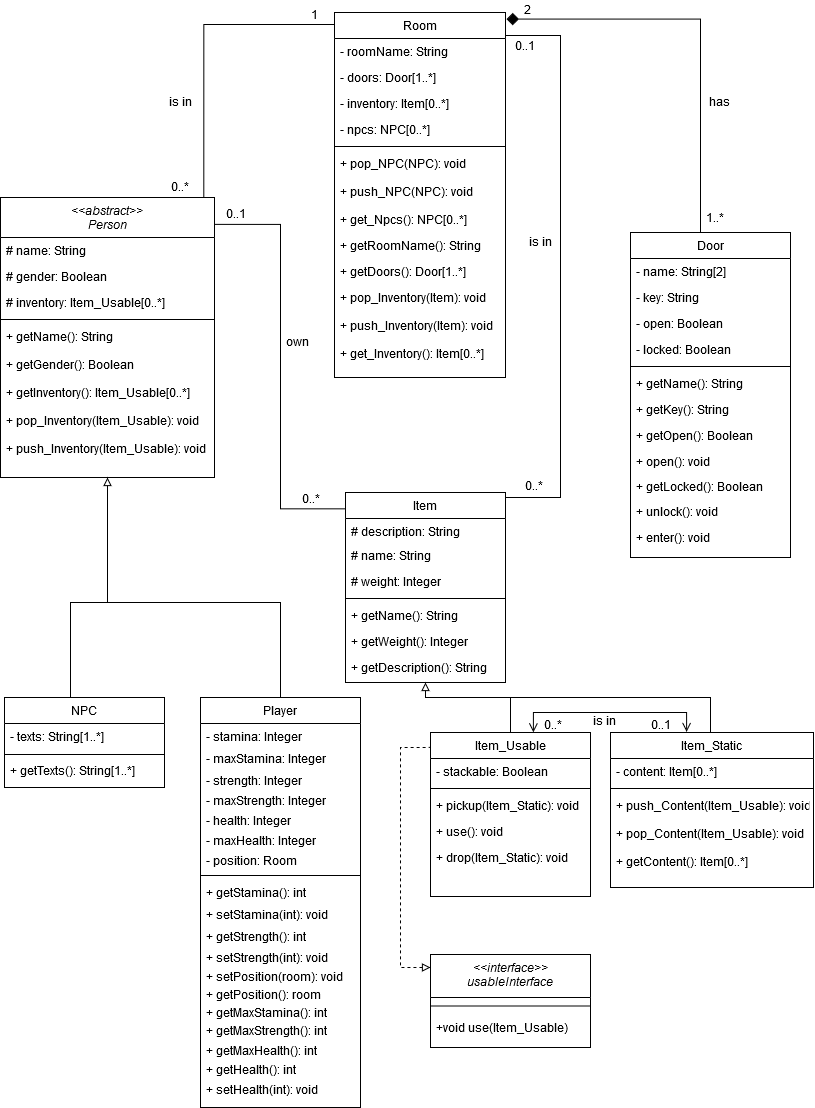
Before: Klassendiagram.png, a diagram exported from draw.io (Elegond/AE-Text-Adventure). Source tidied: cells renumbered, new cells last; positions are measured from the earlier drawing's top-left corner, leaving out a move shared by most shapes.
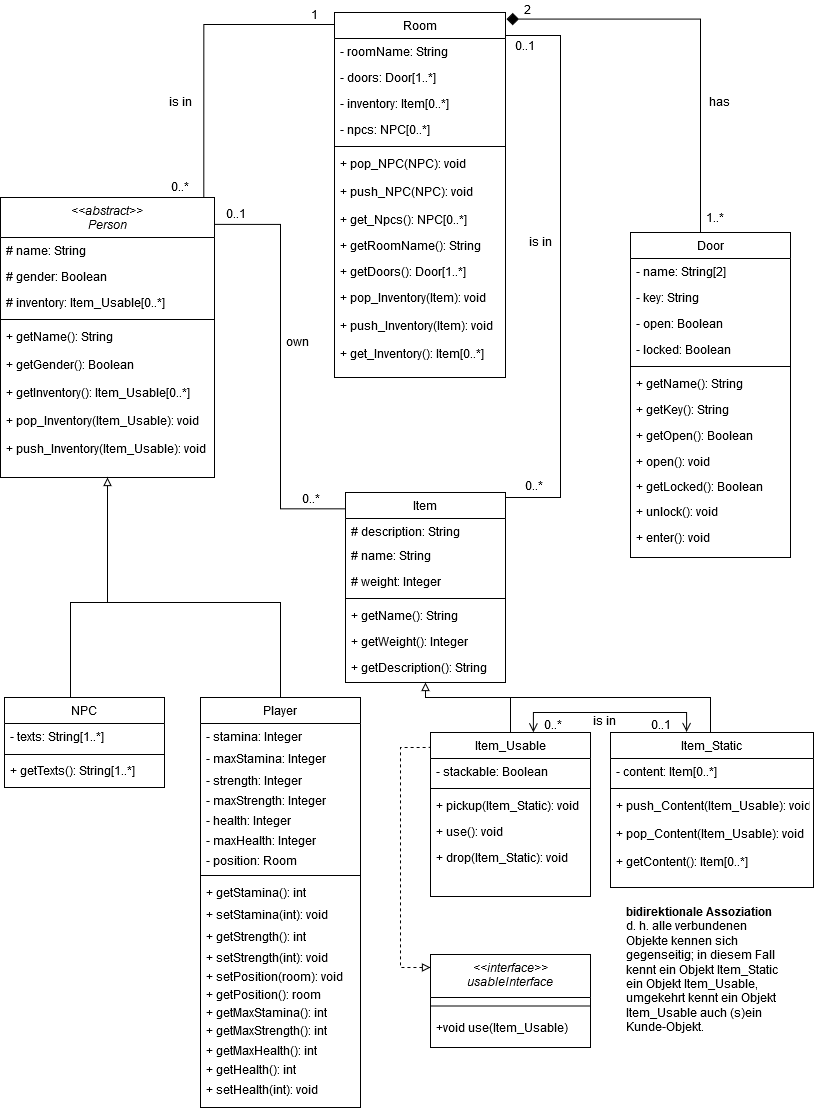
The same file after the commit.

The edit, as a diff of the source:
```diff
@@ -384,5 +384,8 @@
     <mxCell id="110" value="+ enter(): void" style="text;align=left;verticalAlign=top;spacingLeft=4;spacingRight=4;overflow=hidden;" parent="1" vertex="1">
       <mxGeometry x="630" y="524" width="160" height="26" as="geometry" />
     </mxCell>
+    <mxCell id="111" value="&lt;div align=&quot;left&quot;&gt;&lt;strong&gt;bidirektionale Assoziation&lt;/strong&gt; &lt;br&gt;&lt;/div&gt;&lt;div align=&quot;left&quot;&gt; d. h. alle verbundenen Objekte kennen sich gegenseitig; in diesem Fall kennt ein Objekt Item_Static ein Objekt Item_Usable, umgekehrt kennt ein Objekt Item_Usable auch (s)ein Kunde-Objekt.&lt;/div&gt;" style="text;html=1;strokeColor=none;fillColor=none;align=left;verticalAlign=middle;whiteSpace=wrap;rounded=0;" parent="1" vertex="1">
+      <mxGeometry x="624" y="894" width="163" height="150" as="geometry" />
+    </mxCell>
   </root>
 </mxGraphModel>
```
